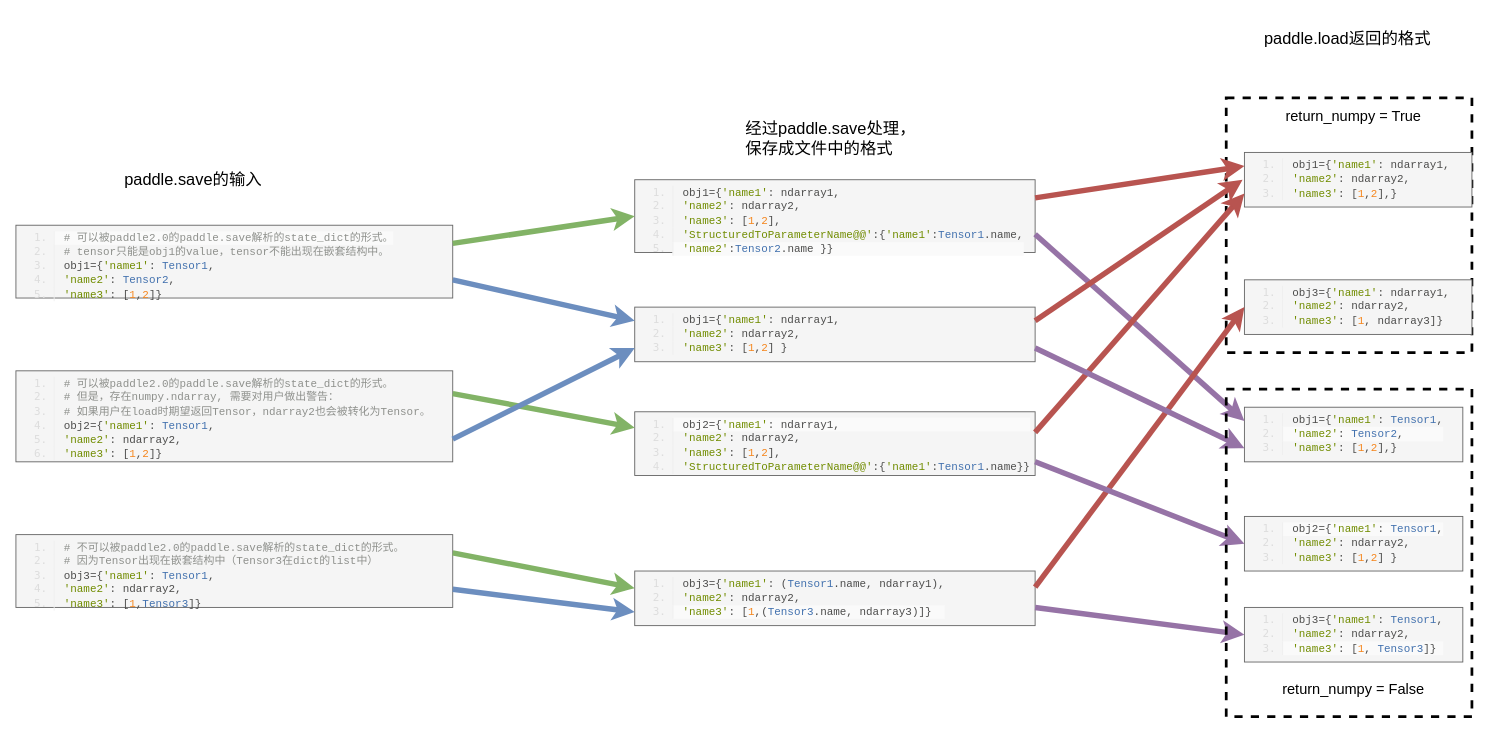
This is save/example_save_load.drawio from hbwx24/draw.io, a draw.io file, before an edit. Source tidied: cells renumbered, new cells numbered last; positions are measured from the earlier drawing's top-left corner, leaving out a move shared by most shapes. Both pictures are drawn from the tidied source at 91%, with x=0, y=0 at pixel (15, 15).
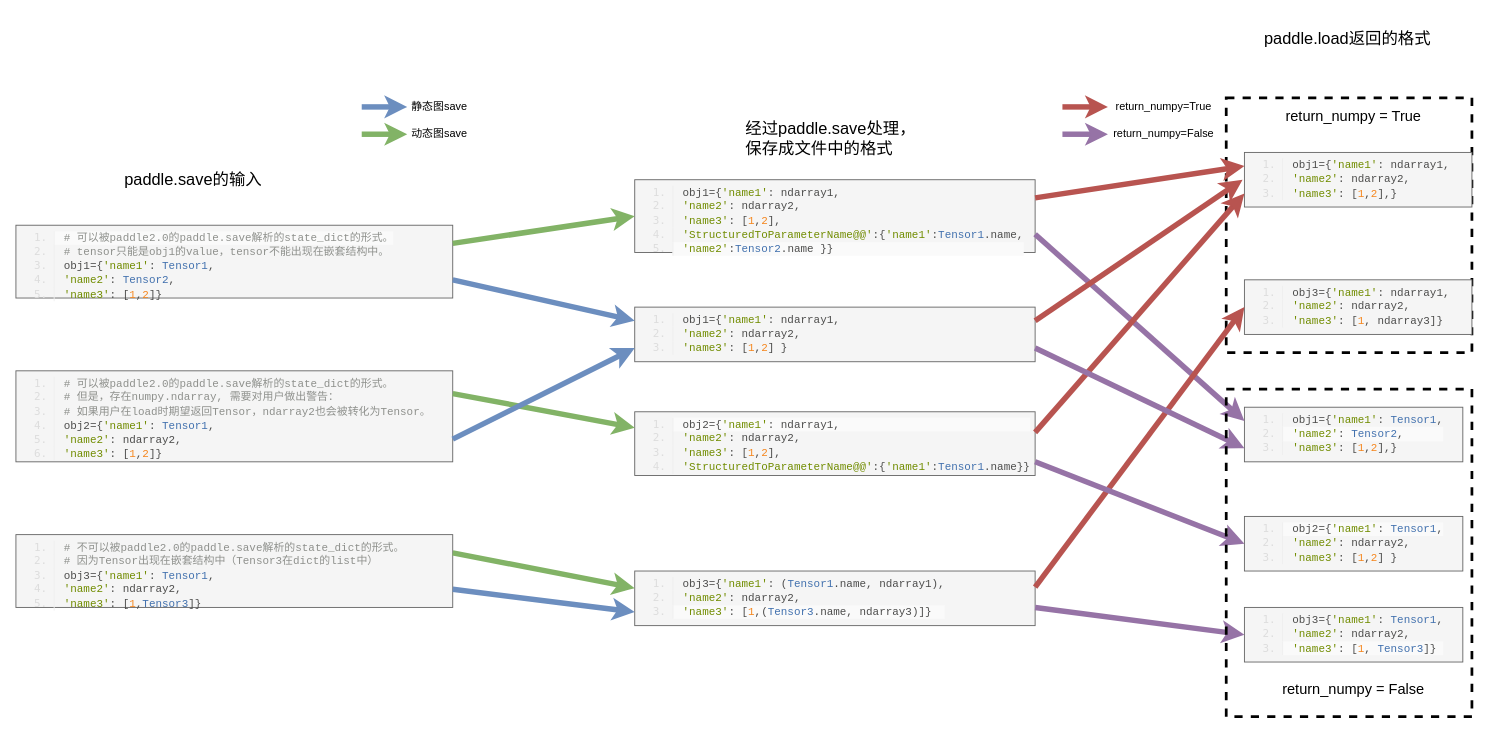
After the change.

Diff of the diagram source:
```diff
@@
+    <mxCell id="36" style="endArrow=classic;html=1;exitX=1;exitY=0.25;exitDx=0;exitDy=0;strokeWidth=6;fillColor=#d5e8d4;strokeColor=#82b366;" parent="1" edge="1">
+      <mxGeometry relative="1" as="geometry">
+        <mxPoint x="380" y="130" as="sourcePoint" />
+        <mxPoint x="430" y="130" as="targetPoint" />
+      </mxGeometry>
+    </mxCell>
+    <mxCell id="37" value="动态图save" style="text;html=1;align=center;verticalAlign=middle;" parent="1" vertex="1">
+      <mxGeometry x="425" y="120" width="80" height="20" as="geometry" />
+    </mxCell>
+    <mxCell id="38" style="endArrow=classic;html=1;exitX=1;exitY=0.25;exitDx=0;exitDy=0;strokeWidth=6;fillColor=#dae8fc;strokeColor=#6c8ebf;" parent="1" edge="1">
+      <mxGeometry relative="1" as="geometry">
+        <mxPoint x="380" y="100" as="sourcePoint" />
+        <mxPoint x="430" y="100" as="targetPoint" />
+      </mxGeometry>
+    </mxCell>
+    <mxCell id="39" value="静态图save" style="text;html=1;align=center;verticalAlign=middle;" parent="1" vertex="1">
+      <mxGeometry x="425" y="90" width="80" height="20" as="geometry" />
+    </mxCell>
+    <mxCell id="40" style="endArrow=classic;html=1;exitX=1;exitY=0.25;exitDx=0;exitDy=0;strokeWidth=6;fillColor=#e1d5e7;strokeColor=#9673a6;" parent="1" edge="1">
+      <mxGeometry relative="1" as="geometry">
+        <mxPoint x="1150" y="130" as="sourcePoint" />
+        <mxPoint x="1200" y="130" as="targetPoint" />
+      </mxGeometry>
+    </mxCell>
+    <mxCell id="41" style="endArrow=classic;html=1;exitX=1;exitY=0.25;exitDx=0;exitDy=0;strokeWidth=6;fillColor=#f8cecc;strokeColor=#b85450;" parent="1" edge="1">
+      <mxGeometry relative="1" as="geometry">
+        <mxPoint x="1150" y="100" as="sourcePoint" />
+        <mxPoint x="1200" y="100" as="targetPoint" />
+      </mxGeometry>
+    </mxCell>
+    <mxCell id="42" value="return_numpy=True" style="text;html=1;align=center;verticalAlign=middle;" parent="1" vertex="1">
+      <mxGeometry x="1201" y="90" width="120" height="20" as="geometry" />
+    </mxCell>
+    <mxCell id="43" value="return_numpy=False" style="text;html=1;align=center;verticalAlign=middle;" parent="1" vertex="1">
+      <mxGeometry x="1196" y="120" width="130" height="20" as="geometry" />
+    </mxCell>
```
